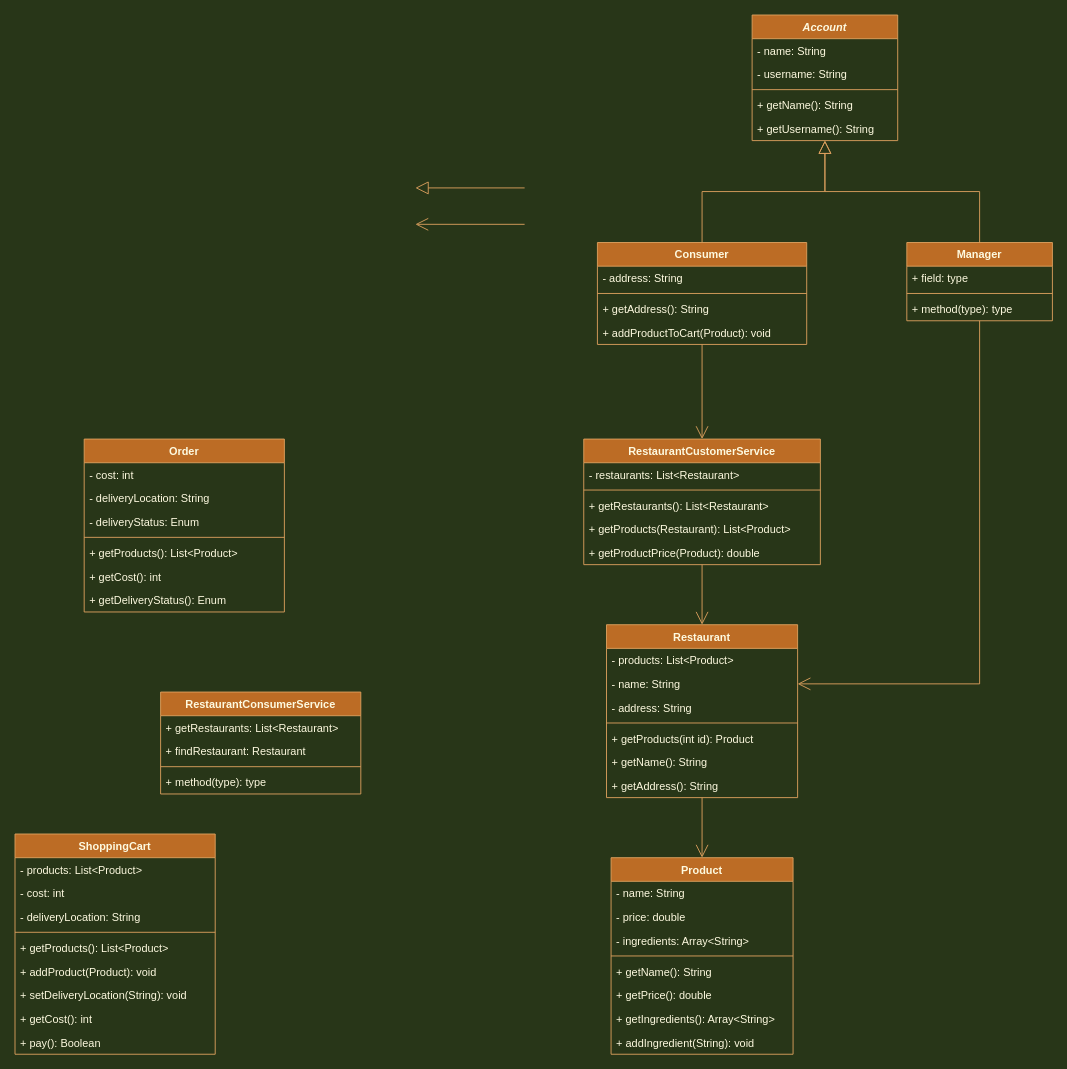
Earlier version of the draw.io diagram UML/AWA_UML_Class.drawio (AWAProjectT35/awa-documentation). Source tidied: cells renumbered, new cells numbered last; positions are measured from the earlier drawing's top-left corner, leaving out a move shared by most shapes. Both pictures are drawn from the tidied source at 91%, with x=0, y=0 at pixel (15, 15).
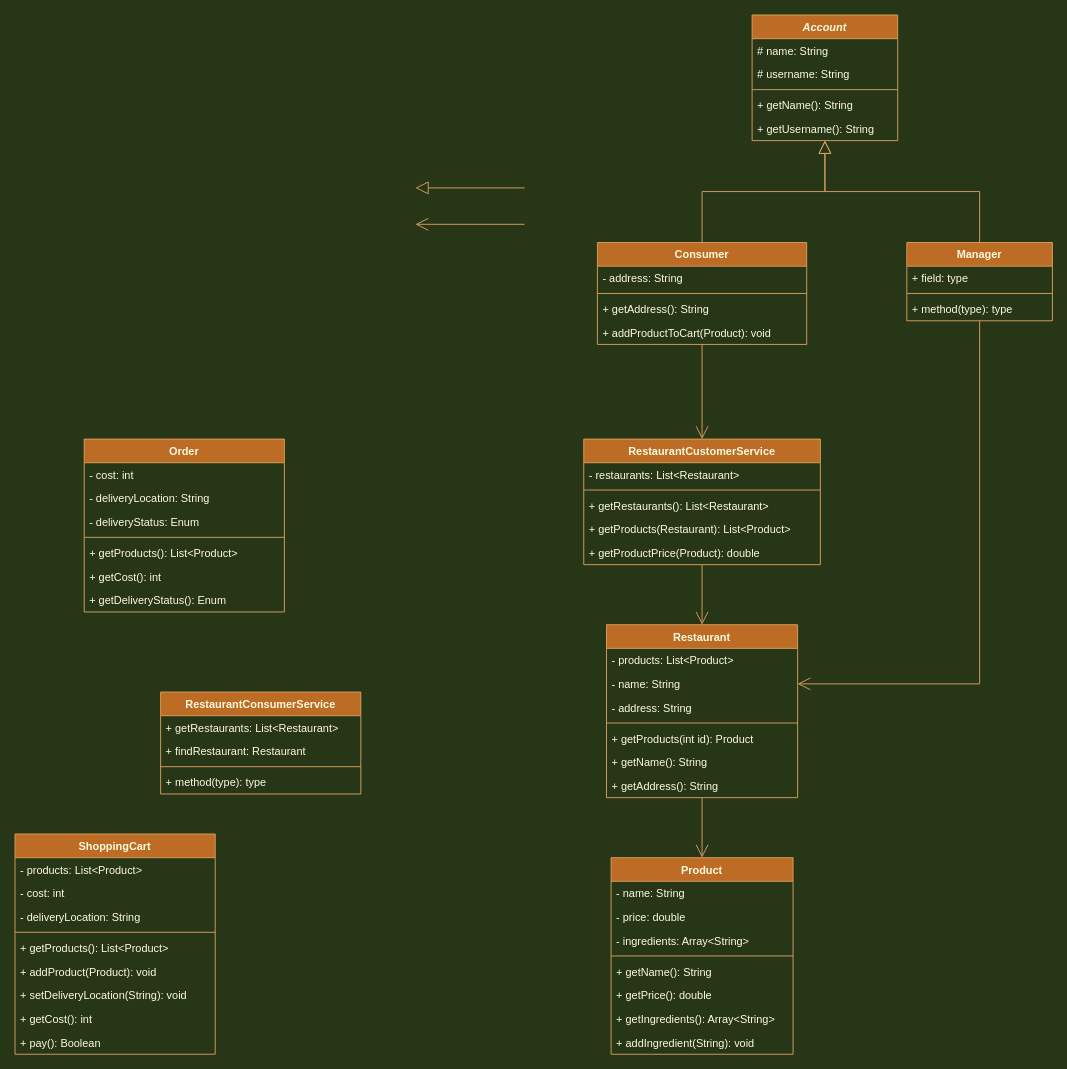
After the change.

Commit message:
UML Class Diagram: Account variables private -> protected

The change refers to these unchanged cells:
```xml
<mxCell id="3" value="Account" style="swimlane;fontStyle=3;align=center;verticalAlign=top;horizontal=1;startSize=26;rounded=0;shadow=0;glass=0;labelBorderColor=none;strokeColor=#DDA15E;fillColor=#BC6C25;fontColor=#FEFAE0;" parent="1" vertex="1">
  <mxGeometry x="810" width="160" height="138" as="geometry" />
</mxCell>
```

What changed in the source:
```diff
@@
-    <mxCell id="4" value="- name: String" style="text;strokeColor=none;fillColor=none;align=left;verticalAlign=top;spacingLeft=4;spacingRight=4;overflow=hidden;rounded=0;shadow=0;glass=0;labelBorderColor=none;fontColor=#FEFAE0;" parent="3" vertex="1">
+    <mxCell id="4" value="# name: String" style="text;strokeColor=none;fillColor=none;align=left;verticalAlign=top;spacingLeft=4;spacingRight=4;overflow=hidden;rounded=0;shadow=0;glass=0;labelBorderColor=none;fontColor=#FEFAE0;" parent="3" vertex="1">
       <mxGeometry y="26" width="160" height="26" as="geometry" />
     </mxCell>
-    <mxCell id="5" value="- username: String" style="text;strokeColor=none;fillColor=none;align=left;verticalAlign=top;spacingLeft=4;spacingRight=4;overflow=hidden;rounded=0;shadow=0;glass=0;labelBorderColor=none;fontColor=#FEFAE0;" parent="3" vertex="1">
+    <mxCell id="5" value="# username: String" style="text;strokeColor=none;fillColor=none;align=left;verticalAlign=top;spacingLeft=4;spacingRight=4;overflow=hidden;rounded=0;shadow=0;glass=0;labelBorderColor=none;fontColor=#FEFAE0;" parent="3" vertex="1">
       <mxGeometry y="52" width="160" height="26" as="geometry" />
     </mxCell>
```
